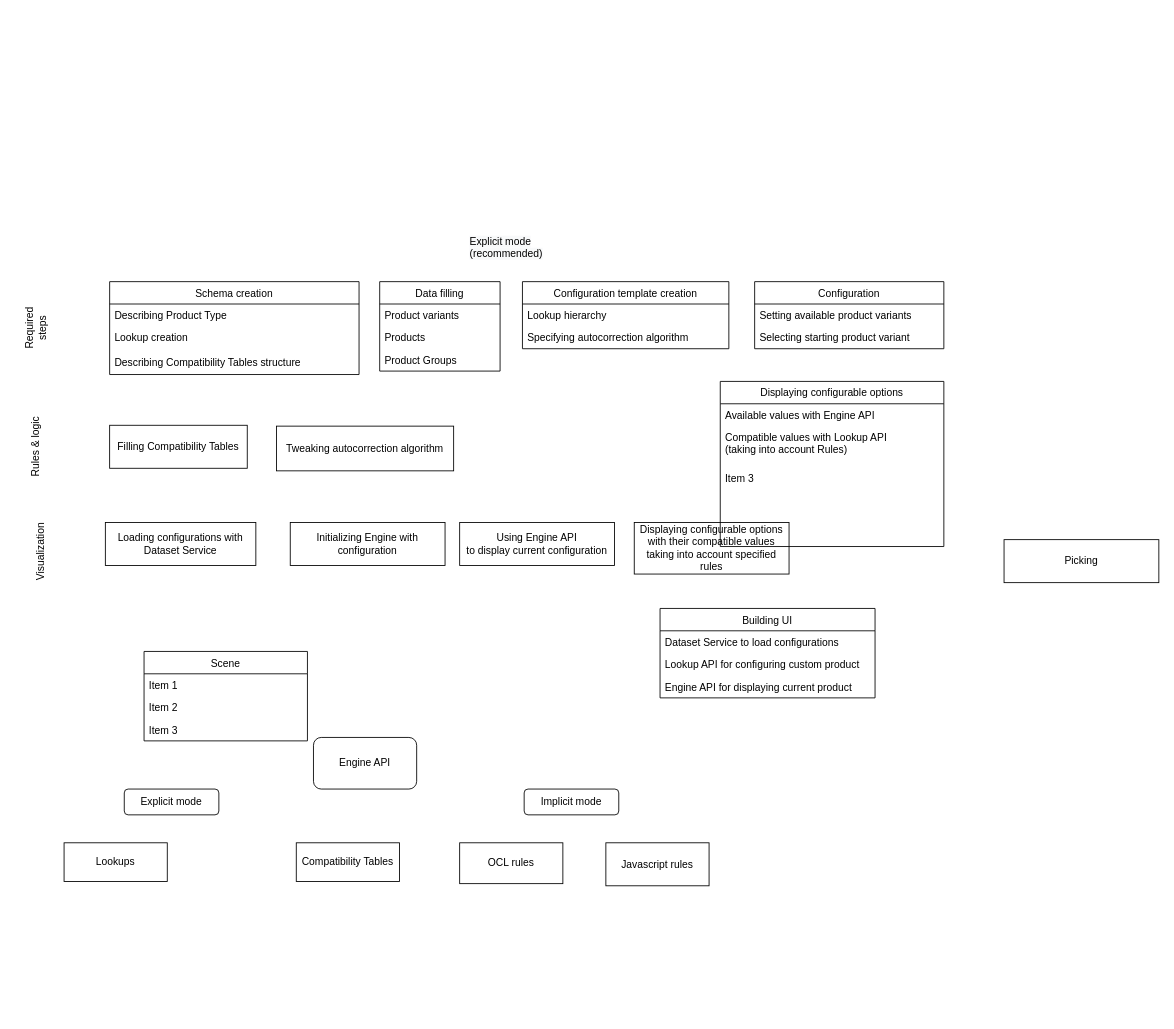
Above: Flow.drawio in wheercool/chart (draw.io), before the change. Source tidied: cells renumbered, new cells numbered last; positions are measured from the earlier drawing's top-left corner, leaving out a move shared by most shapes. Both pictures are drawn from the tidied source at 86%, with x=0, y=0 at pixel (1, 230).
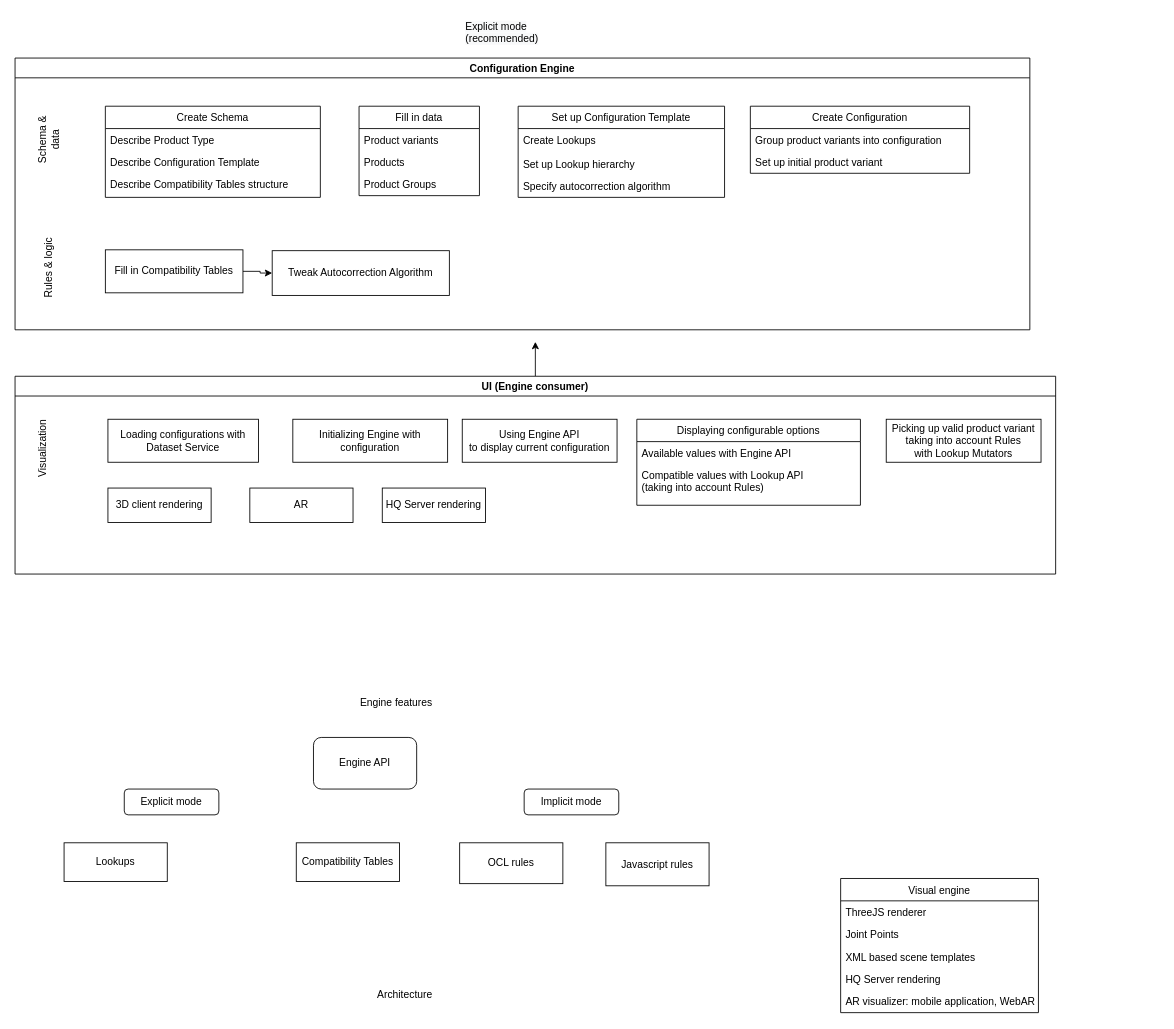
The same diagram, later.

The edit, as a diff of the source:
```diff
@@
-    <mxCell id="2" value="Schema creation" style="swimlane;fontStyle=0;horizontal=1;startSize=26;" parent="1" vertex="1">
-      <mxGeometry x="126" y="60" width="290" height="108" as="geometry" />
-    </mxCell>
-    <mxCell id="3" value="Describing Product Type " style="text;strokeColor=none;fillColor=none;align=left;verticalAlign=top;spacingLeft=4;spacingRight=4;overflow=hidden;" parent="2" vertex="1">
-      <mxGeometry y="26" width="290" height="26" as="geometry" />
-    </mxCell>
-    <mxCell id="4" value="Lookup creation" style="text;strokeColor=none;fillColor=none;align=left;verticalAlign=top;spacingLeft=4;spacingRight=4;overflow=hidden;" parent="2" vertex="1">
-      <mxGeometry y="52" width="290" height="28" as="geometry" />
-    </mxCell>
-    <mxCell id="5" value="Describing Compatibility Tables structure" style="text;strokeColor=none;fillColor=none;align=left;verticalAlign=top;spacingLeft=4;spacingRight=4;overflow=hidden;" parent="2" vertex="1">
-      <mxGeometry y="80" width="290" height="28" as="geometry" />
-    </mxCell>
-    <mxCell id="6" value="Data filling" style="swimlane;fontStyle=0;horizontal=1;startSize=26;" parent="1" vertex="1">
-      <mxGeometry x="440" y="60" width="140" height="104" as="geometry" />
-    </mxCell>
-    <mxCell id="7" value="Product variants" style="text;strokeColor=none;fillColor=none;align=left;verticalAlign=top;spacingLeft=4;spacingRight=4;overflow=hidden;" parent="6" vertex="1">
-      <mxGeometry y="26" width="140" height="26" as="geometry" />
-    </mxCell>
-    <mxCell id="8" value="Products" style="text;strokeColor=none;fillColor=none;align=left;verticalAlign=top;spacingLeft=4;spacingRight=4;overflow=hidden;" parent="6" vertex="1">
-      <mxGeometry y="52" width="140" height="26" as="geometry" />
-    </mxCell>
-    <mxCell id="9" value="Product Groups" style="text;strokeColor=none;fillColor=none;align=left;verticalAlign=top;spacingLeft=4;spacingRight=4;overflow=hidden;" parent="6" vertex="1">
-      <mxGeometry y="78" width="140" height="26" as="geometry" />
-    </mxCell>
-    <mxCell id="10" value="Configuration template creation" style="swimlane;fontStyle=0;horizontal=1;startSize=26;" parent="1" vertex="1">
-      <mxGeometry x="606" y="60" width="240" height="78" as="geometry" />
-    </mxCell>
-    <mxCell id="11" value="Lookup hierarchy" style="text;strokeColor=none;fillColor=none;align=left;verticalAlign=top;spacingLeft=4;spacingRight=4;overflow=hidden;" parent="10" vertex="1">
-      <mxGeometry y="26" width="240" height="26" as="geometry" />
-    </mxCell>
-    <mxCell id="12" value="Specifying autocorrection algorithm" style="text;strokeColor=none;fillColor=none;align=left;verticalAlign=top;spacingLeft=4;spacingRight=4;overflow=hidden;" parent="10" vertex="1">
-      <mxGeometry y="52" width="240" height="26" as="geometry" />
-    </mxCell>
-    <mxCell id="13" value="Scene" style="swimlane;fontStyle=0;horizontal=1;startSize=26;" parent="1" vertex="1">
-      <mxGeometry x="166" y="490" width="190" height="104" as="geometry" />
-    </mxCell>
-    <mxCell id="14" value="Item 1" style="text;strokeColor=none;fillColor=none;align=left;verticalAlign=top;spacingLeft=4;spacingRight=4;overflow=hidden;" parent="13" vertex="1">
-      <mxGeometry y="26" width="190" height="26" as="geometry" />
-    </mxCell>
-    <mxCell id="15" value="Item 2" style="text;strokeColor=none;fillColor=none;align=left;verticalAlign=top;spacingLeft=4;spacingRight=4;overflow=hidden;" parent="13" vertex="1">
-      <mxGeometry y="52" width="190" height="26" as="geometry" />
-    </mxCell>
-    <mxCell id="16" value="Item 3" style="text;strokeColor=none;fillColor=none;align=left;verticalAlign=top;spacingLeft=4;spacingRight=4;overflow=hidden;" parent="13" vertex="1">
-      <mxGeometry y="78" width="190" height="26" as="geometry" />
-    </mxCell>
-    <mxCell id="17" value="Configuration" style="swimlane;fontStyle=0;horizontal=1;startSize=26;" parent="1" vertex="1">
-      <mxGeometry x="876" y="60" width="220" height="78" as="geometry" />
-    </mxCell>
-    <mxCell id="18" value="Setting available product variants" style="text;strokeColor=none;fillColor=none;align=left;verticalAlign=top;spacingLeft=4;spacingRight=4;overflow=hidden;" parent="17" vertex="1">
-      <mxGeometry y="26" width="220" height="26" as="geometry" />
-    </mxCell>
-    <mxCell id="19" value="Selecting starting product variant" style="text;strokeColor=none;fillColor=none;align=left;verticalAlign=top;spacingLeft=4;spacingRight=4;overflow=hidden;" parent="17" vertex="1">
-      <mxGeometry y="52" width="220" height="26" as="geometry" />
-    </mxCell>
@@
     <mxCell id="27" value="&lt;span style=&quot;color: rgb(0, 0, 0); font-family: helvetica; font-size: 12px; font-style: normal; font-weight: 400; letter-spacing: normal; text-align: center; text-indent: 0px; text-transform: none; word-spacing: 0px; background-color: rgb(248, 249, 250); display: inline; float: none;&quot;&gt;Explicit mode&lt;/span&gt;&lt;br style=&quot;color: rgb(0, 0, 0); font-family: helvetica; font-size: 12px; font-style: normal; font-weight: 400; letter-spacing: normal; text-align: center; text-indent: 0px; text-transform: none; word-spacing: 0px; background-color: rgb(248, 249, 250);&quot;&gt;&lt;span style=&quot;color: rgb(0, 0, 0); font-family: helvetica; font-size: 12px; font-style: normal; font-weight: 400; letter-spacing: normal; text-align: center; text-indent: 0px; text-transform: none; word-spacing: 0px; background-color: rgb(248, 249, 250); display: inline; float: none;&quot;&gt;(recommended)&lt;/span&gt;" style="text;whiteSpace=wrap;html=1;" parent="1" vertex="1">
-      <mxGeometry x="543" width="110" height="40" as="geometry" />
+      <mxGeometry x="538" y="-250" width="110" height="40" as="geometry" />
     </mxCell>
+    <mxCell id="46" value="Configuration Engine" style="swimlane;" parent="1" vertex="1">
+      <mxGeometry x="16" y="-200" width="1180" height="316" as="geometry" />
+    </mxCell>
+    <mxCell id="10" value="Set up Configuration Template" style="swimlane;fontStyle=0;horizontal=1;startSize=26;" parent="46" vertex="1">
+      <mxGeometry x="585" y="56" width="240" height="106" as="geometry" />
+    </mxCell>
+    <mxCell id="4" value="Create Lookups&#10;" style="text;strokeColor=none;fillColor=none;align=left;verticalAlign=top;spacingLeft=4;spacingRight=4;overflow=hidden;" parent="10" vertex="1">
+      <mxGeometry y="26" width="240" height="28" as="geometry" />
+    </mxCell>
+    <mxCell id="11" value="Set up Lookup hierarchy" style="text;strokeColor=none;fillColor=none;align=left;verticalAlign=top;spacingLeft=4;spacingRight=4;overflow=hidden;" parent="10" vertex="1">
+      <mxGeometry y="54" width="240" height="26" as="geometry" />
+    </mxCell>
+    <mxCell id="12" value="Specify autocorrection algorithm" style="text;strokeColor=none;fillColor=none;align=left;verticalAlign=top;spacingLeft=4;spacingRight=4;overflow=hidden;" parent="10" vertex="1">
+      <mxGeometry y="80" width="240" height="26" as="geometry" />
+    </mxCell>
+    <mxCell id="17" value="Create Configuration" style="swimlane;fontStyle=0;horizontal=1;startSize=26;" parent="46" vertex="1">
+      <mxGeometry x="855" y="56" width="255" height="78" as="geometry" />
+    </mxCell>
+    <mxCell id="18" value="Group product variants into configuration " style="text;strokeColor=none;fillColor=none;align=left;verticalAlign=top;spacingLeft=4;spacingRight=4;overflow=hidden;" parent="17" vertex="1">
+      <mxGeometry y="26" width="255" height="26" as="geometry" />
+    </mxCell>
+    <mxCell id="19" value="Set up initial product variant" style="text;strokeColor=none;fillColor=none;align=left;verticalAlign=top;spacingLeft=4;spacingRight=4;overflow=hidden;" parent="17" vertex="1">
+      <mxGeometry y="52" width="255" height="26" as="geometry" />
+    </mxCell>
+    <mxCell id="6" value="Fill in data" style="swimlane;fontStyle=0;horizontal=1;startSize=26;" parent="46" vertex="1">
+      <mxGeometry x="400" y="56" width="140" height="104" as="geometry" />
+    </mxCell>
+    <mxCell id="7" value="Product variants" style="text;strokeColor=none;fillColor=none;align=left;verticalAlign=top;spacingLeft=4;spacingRight=4;overflow=hidden;" parent="6" vertex="1">
+      <mxGeometry y="26" width="140" height="26" as="geometry" />
+    </mxCell>
+    <mxCell id="8" value="Products" style="text;strokeColor=none;fillColor=none;align=left;verticalAlign=top;spacingLeft=4;spacingRight=4;overflow=hidden;" parent="6" vertex="1">
+      <mxGeometry y="52" width="140" height="26" as="geometry" />
+    </mxCell>
+    <mxCell id="9" value="Product Groups" style="text;strokeColor=none;fillColor=none;align=left;verticalAlign=top;spacingLeft=4;spacingRight=4;overflow=hidden;" parent="6" vertex="1">
+      <mxGeometry y="78" width="140" height="26" as="geometry" />
+    </mxCell>
+    <mxCell id="2" value="Create Schema" style="swimlane;fontStyle=0;horizontal=1;startSize=26;" parent="46" vertex="1">
+      <mxGeometry x="105" y="56" width="250" height="106" as="geometry" />
+    </mxCell>
+    <mxCell id="3" value="Describe Product Type " style="text;strokeColor=none;fillColor=none;align=left;verticalAlign=top;spacingLeft=4;spacingRight=4;overflow=hidden;" parent="2" vertex="1">
+      <mxGeometry y="26" width="250" height="26" as="geometry" />
+    </mxCell>
+    <mxCell id="47" value="Describe Configuration Template" style="text;strokeColor=none;fillColor=none;align=left;verticalAlign=top;spacingLeft=4;spacingRight=4;overflow=hidden;" parent="2" vertex="1">
+      <mxGeometry y="52" width="250" height="26" as="geometry" />
+    </mxCell>
+    <mxCell id="5" value="Describe Compatibility Tables structure" style="text;strokeColor=none;fillColor=none;align=left;verticalAlign=top;spacingLeft=4;spacingRight=4;overflow=hidden;" parent="2" vertex="1">
+      <mxGeometry y="78" width="250" height="28" as="geometry" />
+    </mxCell>
+    <mxCell id="48" style="edgeStyle=orthogonalEdgeStyle;rounded=0;jettySize=auto;html=1;" parent="46" edge="1" source="31" target="32">
+      <mxGeometry relative="1" as="geometry" />
+    </mxCell>
+    <mxCell id="31" value="Fill in Compatibility Tables" style="rounded=0;whiteSpace=wrap;html=1;" parent="46" vertex="1">
+      <mxGeometry x="105" y="223" width="160" height="50" as="geometry" />
+    </mxCell>
+    <mxCell id="32" value="Tweak Autocorrection Algorithm" style="rounded=0;whiteSpace=wrap;html=1;" parent="46" vertex="1">
+      <mxGeometry x="299" y="224" width="206" height="52" as="geometry" />
+    </mxCell>
-    <mxCell id="28" value="Required steps" style="text;html=1;strokeColor=none;fillColor=none;align=center;verticalAlign=middle;whiteSpace=wrap;rounded=0;rotation=-90;" parent="1" vertex="1">
-      <mxGeometry y="90" width="80" height="48" as="geometry" />
+    <mxCell id="28" value="Schema &amp;amp; data" style="text;html=1;strokeColor=none;fillColor=none;align=center;verticalAlign=middle;whiteSpace=wrap;rounded=0;rotation=-90;" parent="46" vertex="1">
+      <mxGeometry y="71" width="80" height="48" as="geometry" />
     </mxCell>
-    <mxCell id="29" value="Rules &amp;amp; logic" style="text;html=1;strokeColor=none;fillColor=none;align=center;verticalAlign=middle;whiteSpace=wrap;rounded=0;rotation=-90;" parent="1" vertex="1">
-      <mxGeometry y="228" width="80" height="48" as="geometry" />
+    <mxCell id="29" value="Rules &amp;amp; logic" style="text;html=1;strokeColor=none;fillColor=none;align=center;verticalAlign=middle;whiteSpace=wrap;rounded=0;rotation=-90;" parent="46" vertex="1">
+      <mxGeometry y="220" width="80" height="48" as="geometry" />
     </mxCell>
+    <mxCell id="49" style="edgeStyle=orthogonalEdgeStyle;rounded=0;jettySize=auto;html=1;exitX=0.5;exitY=0;exitDx=0;exitDy=0;" parent="1" edge="1" source="50">
+      <mxGeometry relative="1" as="geometry">
+        <mxPoint x="621" y="130" as="targetPoint" />
+      </mxGeometry>
+    </mxCell>
+    <mxCell id="50" value="UI (Engine consumer)" style="swimlane;" parent="1" vertex="1">
+      <mxGeometry x="16" y="170" width="1210" height="230" as="geometry" />
+    </mxCell>
-    <mxCell id="30" value="Visualization" style="text;html=1;strokeColor=none;fillColor=none;align=center;verticalAlign=middle;whiteSpace=wrap;rounded=0;rotation=-90;" parent="1" vertex="1">
-      <mxGeometry x="6" y="350" width="80" height="48" as="geometry" />
+    <mxCell id="30" value="Visualization" style="text;html=1;strokeColor=none;fillColor=none;align=center;verticalAlign=middle;whiteSpace=wrap;rounded=0;rotation=-90;" parent="50" vertex="1">
+      <mxGeometry x="-7" y="60" width="80" height="48" as="geometry" />
     </mxCell>
-    <mxCell id="31" value="Filling Compatibility Tables" style="rounded=0;whiteSpace=wrap;html=1;" parent="1" vertex="1">
-      <mxGeometry x="126" y="227" width="160" height="50" as="geometry" />
-    </mxCell>
-    <mxCell id="32" value="Tweaking autocorrection algorithm" style="rounded=0;whiteSpace=wrap;html=1;" parent="1" vertex="1">
-      <mxGeometry x="320" y="228" width="206" height="52" as="geometry" />
-    </mxCell>
-    <mxCell id="33" value="Initializing Engine with configuration" style="rounded=0;whiteSpace=wrap;html=1;" parent="1" vertex="1">
-      <mxGeometry x="336" y="340" width="180" height="50" as="geometry" />
+    <mxCell id="33" value="Initializing Engine with configuration" style="rounded=0;whiteSpace=wrap;html=1;" parent="50" vertex="1">
+      <mxGeometry x="323" y="50" width="180" height="50" as="geometry" />
     </mxCell>
-    <mxCell id="34" value="Building UI" style="swimlane;fontStyle=0;horizontal=1;startSize=26;" parent="1" vertex="1">
-      <mxGeometry x="766" y="440" width="250" height="104" as="geometry" />
-    </mxCell>
-    <mxCell id="35" value="Dataset Service to load configurations" style="text;strokeColor=none;fillColor=none;align=left;verticalAlign=top;spacingLeft=4;spacingRight=4;overflow=hidden;" parent="34" vertex="1">
-      <mxGeometry y="26" width="250" height="26" as="geometry" />
-    </mxCell>
-    <mxCell id="36" value="Lookup API for configuring custom product" style="text;strokeColor=none;fillColor=none;align=left;verticalAlign=top;spacingLeft=4;spacingRight=4;overflow=hidden;" parent="34" vertex="1">
-      <mxGeometry y="52" width="250" height="26" as="geometry" />
-    </mxCell>
-    <mxCell id="37" value="Engine API for displaying current product" style="text;strokeColor=none;fillColor=none;align=left;verticalAlign=top;spacingLeft=4;spacingRight=4;overflow=hidden;" parent="34" vertex="1">
-      <mxGeometry y="78" width="250" height="26" as="geometry" />
-    </mxCell>
-    <mxCell id="38" value="Loading configurations with Dataset Service" style="rounded=0;whiteSpace=wrap;html=1;" parent="1" vertex="1">
-      <mxGeometry x="121" y="340" width="175" height="50" as="geometry" />
+    <mxCell id="38" value="Loading configurations with Dataset Service" style="rounded=0;whiteSpace=wrap;html=1;" parent="50" vertex="1">
+      <mxGeometry x="108" y="50" width="175" height="50" as="geometry" />
     </mxCell>
-    <mxCell id="39" value="Using Engine API&lt;br&gt;to display current configuration" style="rounded=0;whiteSpace=wrap;html=1;" parent="1" vertex="1">
-      <mxGeometry x="533" y="340" width="180" height="50" as="geometry" />
+    <mxCell id="39" value="Using Engine API&lt;br&gt;to display current configuration" style="rounded=0;whiteSpace=wrap;html=1;" parent="50" vertex="1">
+      <mxGeometry x="520" y="50" width="180" height="50" as="geometry" />
     </mxCell>
-    <mxCell id="40" value="Displaying configurable options with their compatible values taking into account specified rules" style="rounded=0;whiteSpace=wrap;html=1;" parent="1" vertex="1">
-      <mxGeometry x="736" y="340" width="180" height="60" as="geometry" />
-    </mxCell>
-    <mxCell id="41" value="Picking" style="rounded=0;whiteSpace=wrap;html=1;" parent="1" vertex="1">
-      <mxGeometry x="1166" y="360" width="180" height="50" as="geometry" />
+    <mxCell id="41" value="Picking up valid product variant&lt;br&gt;taking into account Rules&lt;br&gt;with Lookup Mutators" style="rounded=0;whiteSpace=wrap;html=1;" parent="50" vertex="1">
+      <mxGeometry x="1013" y="50" width="180" height="50" as="geometry" />
     </mxCell>
-    <mxCell id="42" value="Displaying configurable options" style="swimlane;fontStyle=0;horizontal=1;startSize=26;" parent="1" vertex="1">
-      <mxGeometry x="836" y="176" width="260" height="192" as="geometry" />
+    <mxCell id="42" value="Displaying configurable options" style="swimlane;fontStyle=0;horizontal=1;startSize=26;" parent="50" vertex="1">
+      <mxGeometry x="723" y="50" width="260" height="100" as="geometry" />
     </mxCell>
@@
-    <mxCell id="45" value="Item 3" style="text;strokeColor=none;fillColor=none;align=left;verticalAlign=top;spacingLeft=4;spacingRight=4;overflow=hidden;" parent="42" vertex="1">
-      <mxGeometry y="100" width="260" height="92" as="geometry" />
-    </mxCell>
+    <mxCell id="51" value="3D client rendering" style="rounded=0;whiteSpace=wrap;html=1;" parent="50" vertex="1">
+      <mxGeometry x="108" y="130" width="120" height="40" as="geometry" />
+    </mxCell>
+    <mxCell id="52" value="HQ Server rendering" style="rounded=0;whiteSpace=wrap;html=1;" parent="50" vertex="1">
+      <mxGeometry x="427" y="130" width="120" height="40" as="geometry" />
+    </mxCell>
+    <mxCell id="53" value="AR&lt;br&gt;" style="rounded=0;whiteSpace=wrap;html=1;" parent="50" vertex="1">
+      <mxGeometry x="273" y="130" width="120" height="40" as="geometry" />
+    </mxCell>
+    <mxCell id="54" value="Engine features" style="text;html=1;strokeColor=none;fillColor=none;align=center;verticalAlign=middle;whiteSpace=wrap;rounded=0;" parent="1" vertex="1">
+      <mxGeometry x="383" y="530" width="153" height="40" as="geometry" />
+    </mxCell>
+    <mxCell id="55" value="Architecture" style="text;html=1;strokeColor=none;fillColor=none;align=center;verticalAlign=middle;whiteSpace=wrap;rounded=0;" parent="1" vertex="1">
+      <mxGeometry x="393" y="870" width="153" height="40" as="geometry" />
+    </mxCell>
+    <mxCell id="56" value="Visual engine" style="swimlane;fontStyle=0;horizontal=1;startSize=26;" parent="1" vertex="1">
+      <mxGeometry x="976" y="754" width="230" height="156" as="geometry" />
+    </mxCell>
+    <mxCell id="57" value="ThreeJS renderer" style="text;strokeColor=none;fillColor=none;align=left;verticalAlign=top;spacingLeft=4;spacingRight=4;overflow=hidden;" parent="56" vertex="1">
+      <mxGeometry y="26" width="230" height="26" as="geometry" />
+    </mxCell>
+    <mxCell id="58" value="Joint Points" style="text;strokeColor=none;fillColor=none;align=left;verticalAlign=top;spacingLeft=4;spacingRight=4;overflow=hidden;" parent="56" vertex="1">
+      <mxGeometry y="52" width="230" height="26" as="geometry" />
+    </mxCell>
+    <mxCell id="59" value="XML based scene templates&#10;" style="text;strokeColor=none;fillColor=none;align=left;verticalAlign=top;spacingLeft=4;spacingRight=4;overflow=hidden;" parent="56" vertex="1">
+      <mxGeometry y="78" width="230" height="26" as="geometry" />
+    </mxCell>
+    <mxCell id="60" value="HQ Server rendering" style="text;strokeColor=none;fillColor=none;align=left;verticalAlign=top;spacingLeft=4;spacingRight=4;overflow=hidden;" parent="56" vertex="1">
+      <mxGeometry y="104" width="230" height="26" as="geometry" />
+    </mxCell>
+    <mxCell id="61" value="AR visualizer: mobile application, WebAR&#10;" style="text;strokeColor=none;fillColor=none;align=left;verticalAlign=top;spacingLeft=4;spacingRight=4;overflow=hidden;" parent="56" vertex="1">
+      <mxGeometry y="130" width="230" height="26" as="geometry" />
+    </mxCell>
```
